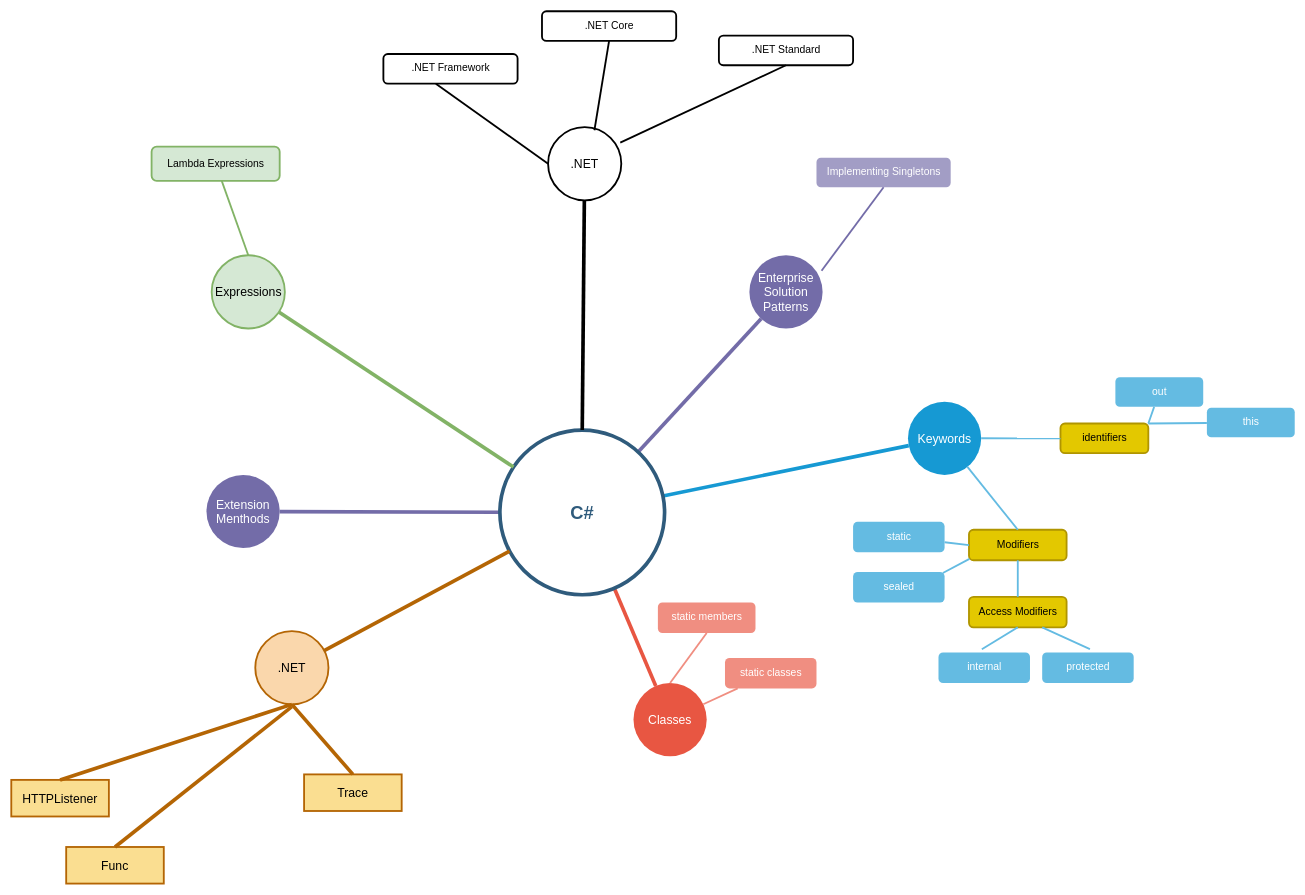
This is CSharp/C#.drawio from muksiddheswar/Mind-Maps, a draw.io file, before an edit. Source tidied: cells renumbered, new cells numbered last; positions are measured from the earlier drawing's top-left corner, leaving out a move shared by most shapes. Both pictures are drawn from the tidied source at 61%, with x=0, y=0 at pixel (11, 11).
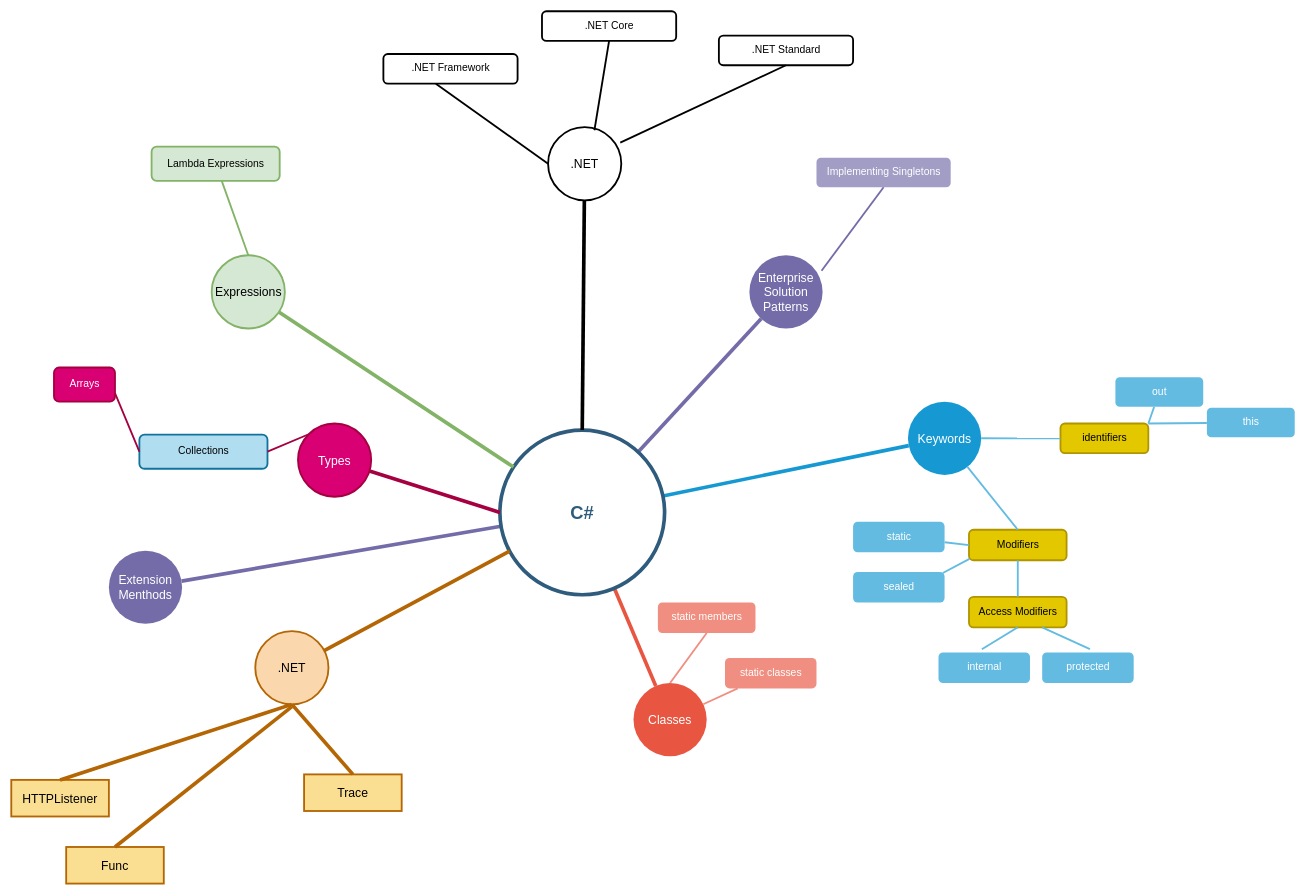
The same diagram, later.

Commit message:
Add Arrays to map

Unchanged cells that the change refers to:
```xml
<mxCell id="15" value="C#" style="ellipse;whiteSpace=wrap;html=1;shadow=0;fontFamily=Helvetica;fontSize=30;fontColor=#2F5B7C;align=center;strokeColor=#2F5B7C;strokeWidth=6;fillColor=#FFFFFF;fontStyle=1;gradientColor=none;" parent="1" vertex="1">
  <mxGeometry x="801" y="686.5" width="270" height="270" as="geometry" />
</mxCell>
```

The edit, as a diff of the source:
```diff
@@
     <mxCell id="16" value="Extension Menthods" style="ellipse;whiteSpace=wrap;html=1;shadow=0;fontFamily=Helvetica;fontSize=20;fontColor=#FFFFFF;align=center;strokeWidth=3;fillColor=#736ca8;strokeColor=none;" parent="1" vertex="1">
-      <mxGeometry x="320" y="760" width="120" height="120" as="geometry" />
+      <mxGeometry x="160" y="884.2" width="120" height="120" as="geometry" />
     </mxCell>
@@
+    <mxCell id="55" style="endArrow=none;strokeWidth=6;strokeColor=#A50040;html=1;fillColor=#d80073;exitX=0;exitY=0.5;exitDx=0;exitDy=0;" parent="1" edge="1" source="15" target="56">
+      <mxGeometry relative="1" as="geometry" />
+    </mxCell>
+    <mxCell id="56" value="Types" style="ellipse;whiteSpace=wrap;html=1;shadow=0;fontFamily=Helvetica;fontSize=20;align=center;strokeWidth=3;fillColor=#d80073;strokeColor=#A50040;fontColor=#ffffff;" parent="1" vertex="1">
+      <mxGeometry x="470" y="675.8" width="120" height="120" as="geometry" />
+    </mxCell>
+    <mxCell id="57" value="Collections" style="rounded=1;fillColor=#b1ddf0;strokeColor=#10739e;strokeWidth=3;shadow=0;html=1;fontSize=17;" parent="1" vertex="1">
+      <mxGeometry x="210" y="694" width="210" height="56" as="geometry" />
+    </mxCell>
+    <mxCell id="58" style="edgeStyle=none;endArrow=none;strokeWidth=3;strokeColor=#A50040;html=1;exitX=1;exitY=0.5;exitDx=0;exitDy=0;fillColor=#d80073;entryX=0;entryY=0;entryDx=0;entryDy=0;" parent="1" edge="1" source="57" target="56">
+      <mxGeometry x="188.5" y="51.5" as="geometry" />
+    </mxCell>
+    <mxCell id="59" value="Arrays" style="rounded=1;fillColor=#d80073;strokeColor=#A50040;strokeWidth=3;shadow=0;html=1;fontSize=17;fontColor=#ffffff;" parent="1" vertex="1">
+      <mxGeometry x="70" y="584" width="100" height="56" as="geometry" />
+    </mxCell>
+    <mxCell id="60" style="edgeStyle=none;endArrow=none;strokeWidth=3;strokeColor=#A50040;html=1;exitX=0;exitY=0.5;exitDx=0;exitDy=0;fillColor=#d80073;entryX=1;entryY=0.75;entryDx=0;entryDy=0;" parent="1" edge="1" source="57" target="59">
+      <mxGeometry x="188.5" y="51.5" as="geometry" />
+    </mxCell>
```
